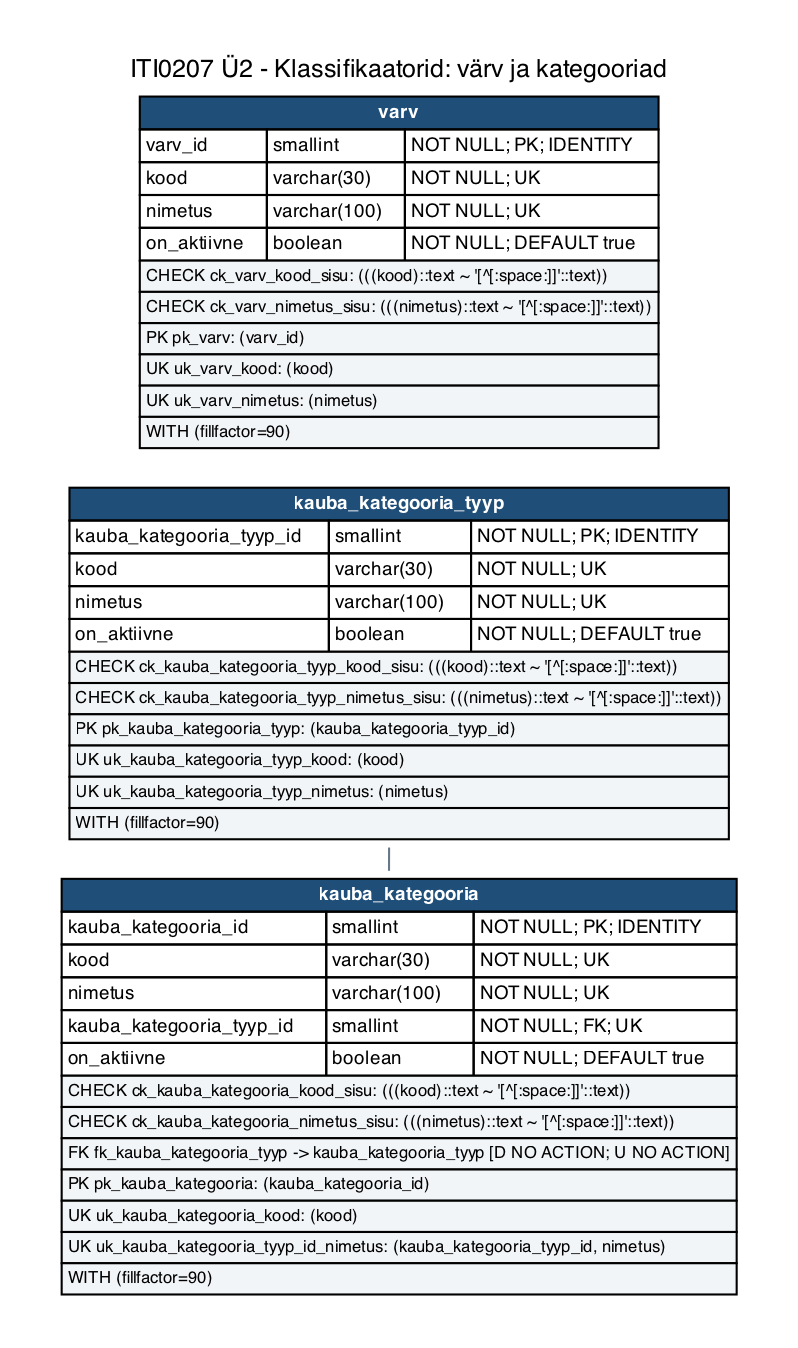
Before: iti0207-epood/docs/diagrams/u2-01e-klassifikaatorid-kategooriad.png, a diagram exported from Graphviz (tamkivi/andmebaasid-projekt). Its source is kept beside it as iti0207-epood/docs/diagrams/u2-01e-klassifikaatorid-kategooriad.dot.
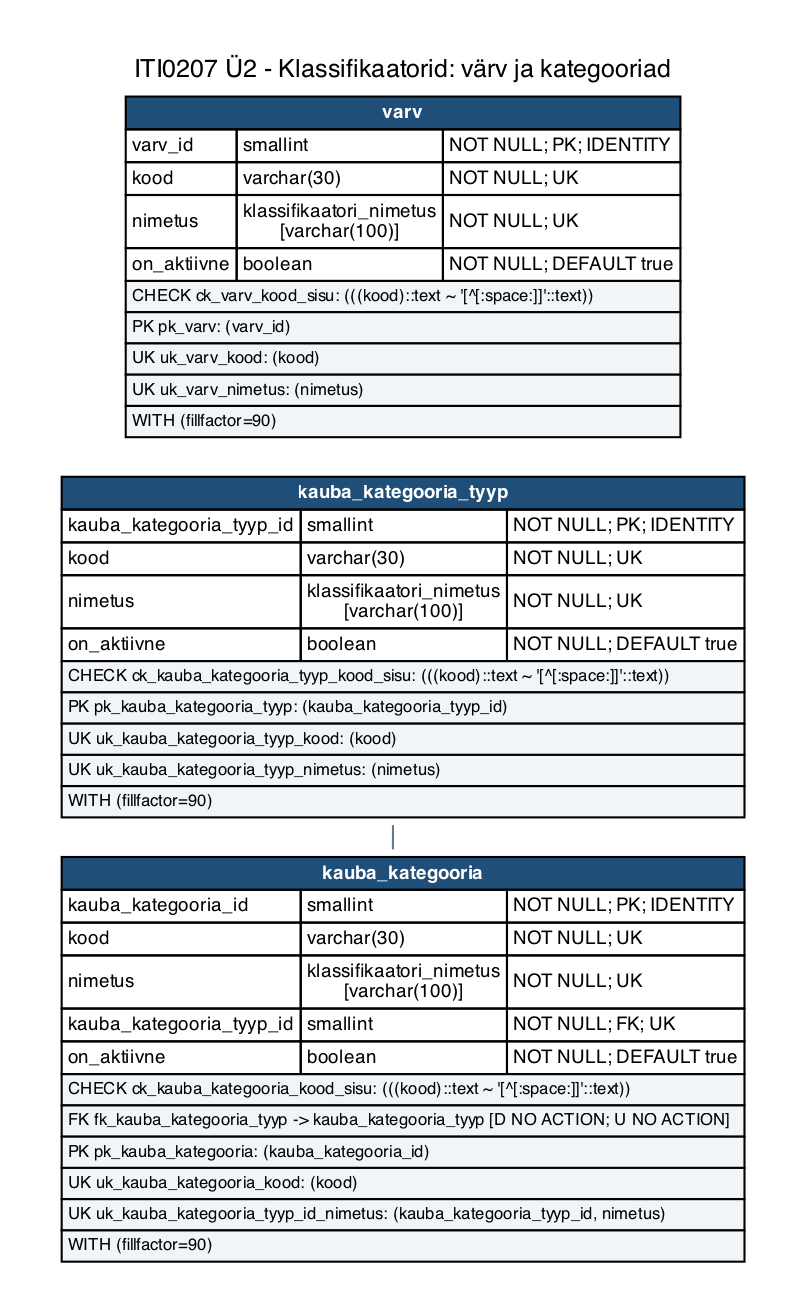
Above is the later version.

The edit, as a diff of the source:
```diff
@@ -5,9 +5,9 @@
   edge [color="#667788", dir=none, fontsize=8, fontname=Helvetica];
   labelloc="t";
   label="ITI0207 Ü2 - Klassifikaatorid: värv ja kategooriad";
-  "varv" [label=<<TABLE BORDER="0" CELLBORDER="1" CELLSPACING="0" CELLPADDING="2"><TR><TD COLSPAN="3" BGCOLOR="#1f4e79"><FONT COLOR="white"><B>varv</B></FONT></TD></TR><TR><TD ALIGN="LEFT">varv_id</TD><TD ALIGN="LEFT">smallint</TD><TD ALIGN="LEFT">NOT NULL; PK; IDENTITY</TD></TR><TR><TD ALIGN="LEFT">kood</TD><TD ALIGN="LEFT">varchar(30)</TD><TD ALIGN="LEFT">NOT NULL; UK</TD></TR><TR><TD ALIGN="LEFT">nimetus</TD><TD ALIGN="LEFT">varchar(100)</TD><TD ALIGN="LEFT">NOT NULL; UK</TD></TR><TR><TD ALIGN="LEFT">on_aktiivne</TD><TD ALIGN="LEFT">boolean</TD><TD ALIGN="LEFT">NOT NULL; DEFAULT true</TD></TR><TR><TD COLSPAN="3" ALIGN="LEFT" BGCOLOR="#f2f5f8"><FONT POINT-SIZE="8">CHECK ck_varv_kood_sisu: (((kood)::text ~ &#x27;[^[:space:]]&#x27;::text))</FONT></TD></TR><TR><TD COLSPAN="3" ALIGN="LEFT" BGCOLOR="#f2f5f8"><FONT POINT-SIZE="8">CHECK ck_varv_nimetus_sisu: (((nimetus)::text ~ &#x27;[^[:space:]]&#x27;::text))</FONT></TD></TR><TR><TD COLSPAN="3" ALIGN="LEFT" BGCOLOR="#f2f5f8"><FONT POINT-SIZE="8">PK pk_varv: (varv_id)</FONT></TD></TR><TR><TD COLSPAN="3" ALIGN="LEFT" BGCOLOR="#f2f5f8"><FONT POINT-SIZE="8">UK uk_varv_kood: (kood)</FONT></TD></TR><TR><TD COLSPAN="3" ALIGN="LEFT" BGCOLOR="#f2f5f8"><FONT POINT-SIZE="8">UK uk_varv_nimetus: (nimetus)</FONT></TD></TR><TR><TD COLSPAN="3" ALIGN="LEFT" BGCOLOR="#f2f5f8"><FONT POINT-SIZE="8">WITH (fillfactor=90)</FONT></TD></TR></TABLE>>];
-  "kauba_kategooria_tyyp" [label=<<TABLE BORDER="0" CELLBORDER="1" CELLSPACING="0" CELLPADDING="2"><TR><TD COLSPAN="3" BGCOLOR="#1f4e79"><FONT COLOR="white"><B>kauba_kategooria_tyyp</B></FONT></TD></TR><TR><TD ALIGN="LEFT">kauba_kategooria_tyyp_id</TD><TD ALIGN="LEFT">smallint</TD><TD ALIGN="LEFT">NOT NULL; PK; IDENTITY</TD></TR><TR><TD ALIGN="LEFT">kood</TD><TD ALIGN="LEFT">varchar(30)</TD><TD ALIGN="LEFT">NOT NULL; UK</TD></TR><TR><TD ALIGN="LEFT">nimetus</TD><TD ALIGN="LEFT">varchar(100)</TD><TD ALIGN="LEFT">NOT NULL; UK</TD></TR><TR><TD ALIGN="LEFT">on_aktiivne</TD><TD ALIGN="LEFT">boolean</TD><TD ALIGN="LEFT">NOT NULL; DEFAULT true</TD></TR><TR><TD COLSPAN="3" ALIGN="LEFT" BGCOLOR="#f2f5f8"><FONT POINT-SIZE="8">CHECK ck_kauba_kategooria_tyyp_kood_sisu: (((kood)::text ~ &#x27;[^[:space:]]&#x27;::text))</FONT></TD></TR><TR><TD COLSPAN="3" ALIGN="LEFT" BGCOLOR="#f2f5f8"><FONT POINT-SIZE="8">CHECK ck_kauba_kategooria_tyyp_nimetus_sisu: (((nimetus)::text ~ &#x27;[^[:space:]]&#x27;::text))</FONT></TD></TR><TR><TD COLSPAN="3" ALIGN="LEFT" BGCOLOR="#f2f5f8"><FONT POINT-SIZE="8">PK pk_kauba_kategooria_tyyp: (kauba_kategooria_tyyp_id)</FONT></TD></TR><TR><TD COLSPAN="3" ALIGN="LEFT" BGCOLOR="#f2f5f8"><FONT POINT-SIZE="8">UK uk_kauba_kategooria_tyyp_kood: (kood)</FONT></TD></TR><TR><TD COLSPAN="3" ALIGN="LEFT" BGCOLOR="#f2f5f8"><FONT POINT-SIZE="8">UK uk_kauba_kategooria_tyyp_nimetus: (nimetus)</FONT></TD></TR><TR><TD COLSPAN="3" ALIGN="LEFT" BGCOLOR="#f2f5f8"><FONT POINT-SIZE="8">WITH (fillfactor=90)</FONT></TD></TR></TABLE>>];
-  "kauba_kategooria" [label=<<TABLE BORDER="0" CELLBORDER="1" CELLSPACING="0" CELLPADDING="2"><TR><TD COLSPAN="3" BGCOLOR="#1f4e79"><FONT COLOR="white"><B>kauba_kategooria</B></FONT></TD></TR><TR><TD ALIGN="LEFT">kauba_kategooria_id</TD><TD ALIGN="LEFT">smallint</TD><TD ALIGN="LEFT">NOT NULL; PK; IDENTITY</TD></TR><TR><TD ALIGN="LEFT">kood</TD><TD ALIGN="LEFT">varchar(30)</TD><TD ALIGN="LEFT">NOT NULL; UK</TD></TR><TR><TD ALIGN="LEFT">nimetus</TD><TD ALIGN="LEFT">varchar(100)</TD><TD ALIGN="LEFT">NOT NULL; UK</TD></TR><TR><TD ALIGN="LEFT">kauba_kategooria_tyyp_id</TD><TD ALIGN="LEFT">smallint</TD><TD ALIGN="LEFT">NOT NULL; FK; UK</TD></TR><TR><TD ALIGN="LEFT">on_aktiivne</TD><TD ALIGN="LEFT">boolean</TD><TD ALIGN="LEFT">NOT NULL; DEFAULT true</TD></TR><TR><TD COLSPAN="3" ALIGN="LEFT" BGCOLOR="#f2f5f8"><FONT POINT-SIZE="8">CHECK ck_kauba_kategooria_kood_sisu: (((kood)::text ~ &#x27;[^[:space:]]&#x27;::text))</FONT></TD></TR><TR><TD COLSPAN="3" ALIGN="LEFT" BGCOLOR="#f2f5f8"><FONT POINT-SIZE="8">CHECK ck_kauba_kategooria_nimetus_sisu: (((nimetus)::text ~ &#x27;[^[:space:]]&#x27;::text))</FONT></TD></TR><TR><TD COLSPAN="3" ALIGN="LEFT" BGCOLOR="#f2f5f8"><FONT POINT-SIZE="8">FK fk_kauba_kategooria_tyyp -&gt; kauba_kategooria_tyyp [D NO ACTION; U NO ACTION]</FONT></TD></TR><TR><TD COLSPAN="3" ALIGN="LEFT" BGCOLOR="#f2f5f8"><FONT POINT-SIZE="8">PK pk_kauba_kategooria: (kauba_kategooria_id)</FONT></TD></TR><TR><TD COLSPAN="3" ALIGN="LEFT" BGCOLOR="#f2f5f8"><FONT POINT-SIZE="8">UK uk_kauba_kategooria_kood: (kood)</FONT></TD></TR><TR><TD COLSPAN="3" ALIGN="LEFT" BGCOLOR="#f2f5f8"><FONT POINT-SIZE="8">UK uk_kauba_kategooria_tyyp_id_nimetus: (kauba_kategooria_tyyp_id, nimetus)</FONT></TD></TR><TR><TD COLSPAN="3" ALIGN="LEFT" BGCOLOR="#f2f5f8"><FONT POINT-SIZE="8">WITH (fillfactor=90)</FONT></TD></TR></TABLE>>];
+  "varv" [label=<<TABLE BORDER="0" CELLBORDER="1" CELLSPACING="0" CELLPADDING="2"><TR><TD COLSPAN="3" BGCOLOR="#1f4e79"><FONT COLOR="white"><B>varv</B></FONT></TD></TR><TR><TD ALIGN="LEFT">varv_id</TD><TD ALIGN="LEFT">smallint</TD><TD ALIGN="LEFT">NOT NULL; PK; IDENTITY</TD></TR><TR><TD ALIGN="LEFT">kood</TD><TD ALIGN="LEFT">varchar(30)</TD><TD ALIGN="LEFT">NOT NULL; UK</TD></TR><TR><TD ALIGN="LEFT">nimetus</TD><TD ALIGN="LEFT">klassifikaatori_nimetus<BR/>[varchar(100)]</TD><TD ALIGN="LEFT">NOT NULL; UK</TD></TR><TR><TD ALIGN="LEFT">on_aktiivne</TD><TD ALIGN="LEFT">boolean</TD><TD ALIGN="LEFT">NOT NULL; DEFAULT true</TD></TR><TR><TD COLSPAN="3" ALIGN="LEFT" BGCOLOR="#f2f5f8"><FONT POINT-SIZE="8">CHECK ck_varv_kood_sisu: (((kood)::text ~ &#x27;[^[:space:]]&#x27;::text))</FONT></TD></TR><TR><TD COLSPAN="3" ALIGN="LEFT" BGCOLOR="#f2f5f8"><FONT POINT-SIZE="8">PK pk_varv: (varv_id)</FONT></TD></TR><TR><TD COLSPAN="3" ALIGN="LEFT" BGCOLOR="#f2f5f8"><FONT POINT-SIZE="8">UK uk_varv_kood: (kood)</FONT></TD></TR><TR><TD COLSPAN="3" ALIGN="LEFT" BGCOLOR="#f2f5f8"><FONT POINT-SIZE="8">UK uk_varv_nimetus: (nimetus)</FONT></TD></TR><TR><TD COLSPAN="3" ALIGN="LEFT" BGCOLOR="#f2f5f8"><FONT POINT-SIZE="8">WITH (fillfactor=90)</FONT></TD></TR></TABLE>>];
+  "kauba_kategooria_tyyp" [label=<<TABLE BORDER="0" CELLBORDER="1" CELLSPACING="0" CELLPADDING="2"><TR><TD COLSPAN="3" BGCOLOR="#1f4e79"><FONT COLOR="white"><B>kauba_kategooria_tyyp</B></FONT></TD></TR><TR><TD ALIGN="LEFT">kauba_kategooria_tyyp_id</TD><TD ALIGN="LEFT">smallint</TD><TD ALIGN="LEFT">NOT NULL; PK; IDENTITY</TD></TR><TR><TD ALIGN="LEFT">kood</TD><TD ALIGN="LEFT">varchar(30)</TD><TD ALIGN="LEFT">NOT NULL; UK</TD></TR><TR><TD ALIGN="LEFT">nimetus</TD><TD ALIGN="LEFT">klassifikaatori_nimetus<BR/>[varchar(100)]</TD><TD ALIGN="LEFT">NOT NULL; UK</TD></TR><TR><TD ALIGN="LEFT">on_aktiivne</TD><TD ALIGN="LEFT">boolean</TD><TD ALIGN="LEFT">NOT NULL; DEFAULT true</TD></TR><TR><TD COLSPAN="3" ALIGN="LEFT" BGCOLOR="#f2f5f8"><FONT POINT-SIZE="8">CHECK ck_kauba_kategooria_tyyp_kood_sisu: (((kood)::text ~ &#x27;[^[:space:]]&#x27;::text))</FONT></TD></TR><TR><TD COLSPAN="3" ALIGN="LEFT" BGCOLOR="#f2f5f8"><FONT POINT-SIZE="8">PK pk_kauba_kategooria_tyyp: (kauba_kategooria_tyyp_id)</FONT></TD></TR><TR><TD COLSPAN="3" ALIGN="LEFT" BGCOLOR="#f2f5f8"><FONT POINT-SIZE="8">UK uk_kauba_kategooria_tyyp_kood: (kood)</FONT></TD></TR><TR><TD COLSPAN="3" ALIGN="LEFT" BGCOLOR="#f2f5f8"><FONT POINT-SIZE="8">UK uk_kauba_kategooria_tyyp_nimetus: (nimetus)</FONT></TD></TR><TR><TD COLSPAN="3" ALIGN="LEFT" BGCOLOR="#f2f5f8"><FONT POINT-SIZE="8">WITH (fillfactor=90)</FONT></TD></TR></TABLE>>];
+  "kauba_kategooria" [label=<<TABLE BORDER="0" CELLBORDER="1" CELLSPACING="0" CELLPADDING="2"><TR><TD COLSPAN="3" BGCOLOR="#1f4e79"><FONT COLOR="white"><B>kauba_kategooria</B></FONT></TD></TR><TR><TD ALIGN="LEFT">kauba_kategooria_id</TD><TD ALIGN="LEFT">smallint</TD><TD ALIGN="LEFT">NOT NULL; PK; IDENTITY</TD></TR><TR><TD ALIGN="LEFT">kood</TD><TD ALIGN="LEFT">varchar(30)</TD><TD ALIGN="LEFT">NOT NULL; UK</TD></TR><TR><TD ALIGN="LEFT">nimetus</TD><TD ALIGN="LEFT">klassifikaatori_nimetus<BR/>[varchar(100)]</TD><TD ALIGN="LEFT">NOT NULL; UK</TD></TR><TR><TD ALIGN="LEFT">kauba_kategooria_tyyp_id</TD><TD ALIGN="LEFT">smallint</TD><TD ALIGN="LEFT">NOT NULL; FK; UK</TD></TR><TR><TD ALIGN="LEFT">on_aktiivne</TD><TD ALIGN="LEFT">boolean</TD><TD ALIGN="LEFT">NOT NULL; DEFAULT true</TD></TR><TR><TD COLSPAN="3" ALIGN="LEFT" BGCOLOR="#f2f5f8"><FONT POINT-SIZE="8">CHECK ck_kauba_kategooria_kood_sisu: (((kood)::text ~ &#x27;[^[:space:]]&#x27;::text))</FONT></TD></TR><TR><TD COLSPAN="3" ALIGN="LEFT" BGCOLOR="#f2f5f8"><FONT POINT-SIZE="8">FK fk_kauba_kategooria_tyyp -&gt; kauba_kategooria_tyyp [D NO ACTION; U NO ACTION]</FONT></TD></TR><TR><TD COLSPAN="3" ALIGN="LEFT" BGCOLOR="#f2f5f8"><FONT POINT-SIZE="8">PK pk_kauba_kategooria: (kauba_kategooria_id)</FONT></TD></TR><TR><TD COLSPAN="3" ALIGN="LEFT" BGCOLOR="#f2f5f8"><FONT POINT-SIZE="8">UK uk_kauba_kategooria_kood: (kood)</FONT></TD></TR><TR><TD COLSPAN="3" ALIGN="LEFT" BGCOLOR="#f2f5f8"><FONT POINT-SIZE="8">UK uk_kauba_kategooria_tyyp_id_nimetus: (kauba_kategooria_tyyp_id, nimetus)</FONT></TD></TR><TR><TD COLSPAN="3" ALIGN="LEFT" BGCOLOR="#f2f5f8"><FONT POINT-SIZE="8">WITH (fillfactor=90)</FONT></TD></TR></TABLE>>];
   "kauba_kategooria_tyyp" -> "kauba_kategooria";
   "varv" -> "kauba_kategooria_tyyp" [style=invis, weight=100];
   "kauba_kategooria_tyyp" -> "kauba_kategooria" [style=invis, weight=100];
```
